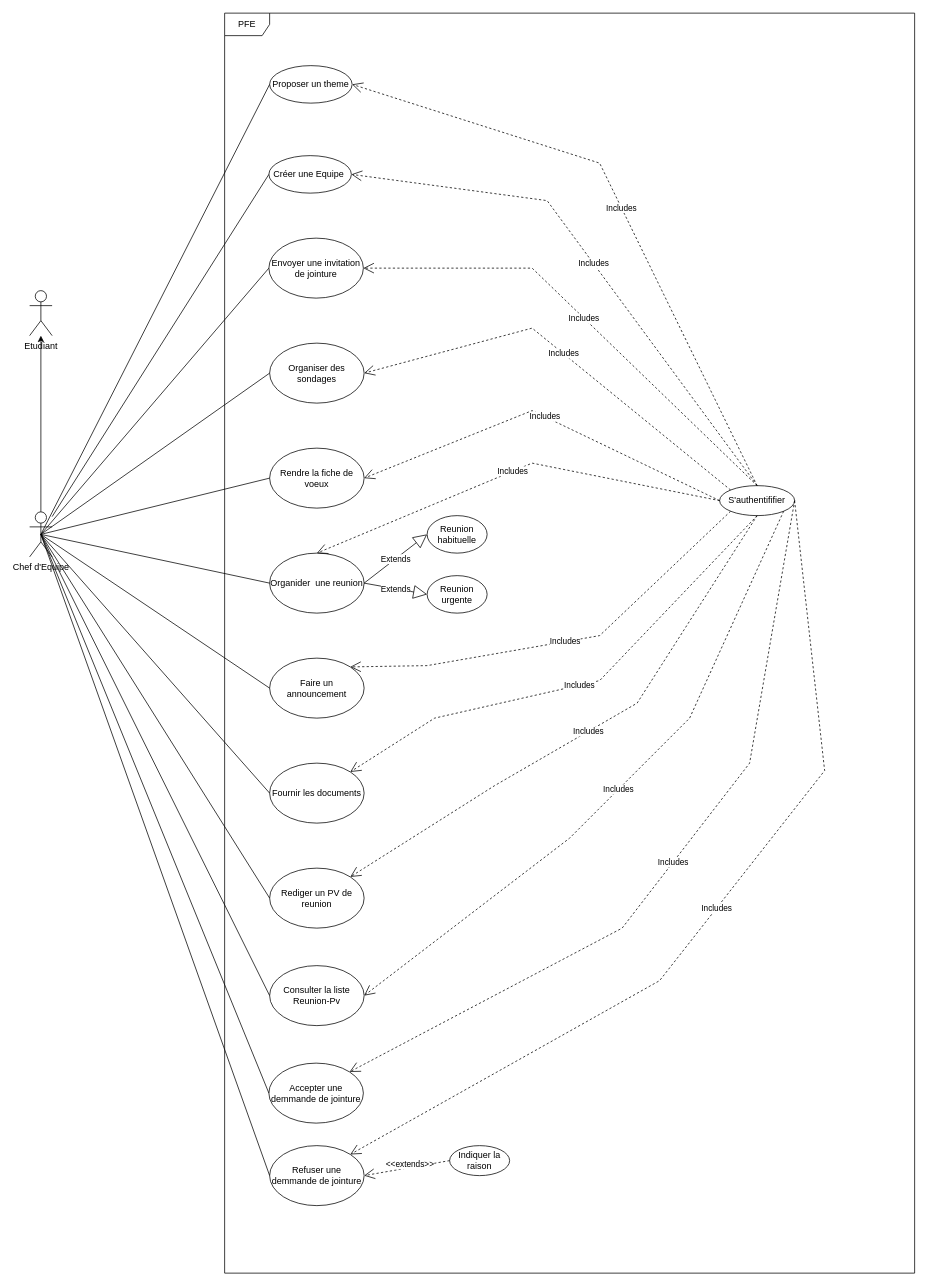
stormsidali2001/PFE_third_year_school_project_front keeps this draw.io diagram as diagrams/useCaseChefEquipe.drawio. Above is the earlier version. Source tidied: cells renumbered, new cells numbered last; positions are measured from the earlier drawing's top-left corner, leaving out a move shared by most shapes. Both pictures are drawn from the tidied source at 75%, with x=0, y=0 at pixel (29, 13).
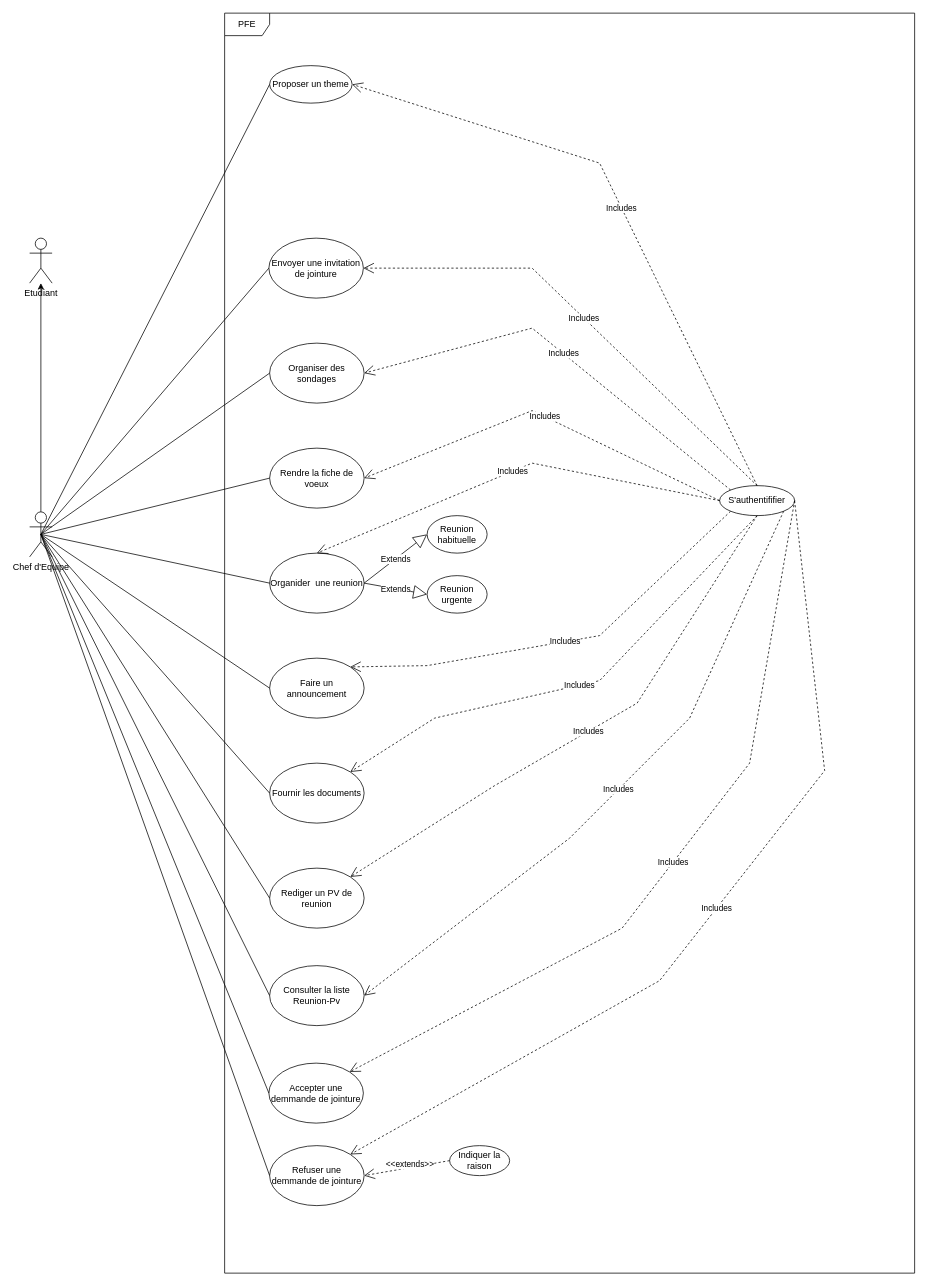
After the change.

Unchanged cells that the change refers to:
```xml
<mxCell id="3" value="Chef d'Equipe" style="shape=umlActor;verticalLabelPosition=bottom;verticalAlign=top;html=1;outlineConnect=0;" parent="1" vertex="1">
  <mxGeometry y="665" width="30" height="60" as="geometry" />
</mxCell>
<mxCell id="30" value="S'authentififier" style="ellipse;whiteSpace=wrap;html=1;" parent="1" vertex="1">
  <mxGeometry x="920" y="630" width="100" height="40" as="geometry" />
</mxCell>
```

Change to the diagram source:
```diff
@@
     <mxCell id="4" value="Etudiant&lt;br&gt;" style="shape=umlActor;verticalLabelPosition=bottom;verticalAlign=top;html=1;outlineConnect=0;" parent="1" vertex="1">
-      <mxGeometry y="370" width="30" height="60" as="geometry" />
+      <mxGeometry y="300" width="30" height="60" as="geometry" />
     </mxCell>
@@
-    <mxCell id="7" value="Créer une Equipe&amp;nbsp;" style="ellipse;whiteSpace=wrap;html=1;" parent="1" vertex="1">
-      <mxGeometry x="319" y="190" width="110" height="50" as="geometry" />
-    </mxCell>
@@
-    <mxCell id="21" style="endArrow=none;html=1;rounded=0;entryX=0;entryY=0.5;entryDx=0;entryDy=0;" parent="1" edge="1" source="3" target="7">
-      <mxGeometry relative="1" as="geometry" />
-    </mxCell>
@@
-    <mxCell id="32" value="Includes" style="endArrow=open;endSize=12;dashed=1;html=1;rounded=0;exitX=0.5;exitY=0;exitDx=0;exitDy=0;entryX=1;entryY=0.5;entryDx=0;entryDy=0;" parent="1" edge="1" source="30" target="7">
-      <mxGeometry relative="1" as="geometry">
-        <Array as="points">
-          <mxPoint x="690" y="250" />
-        </Array>
-      </mxGeometry>
-    </mxCell>
```
